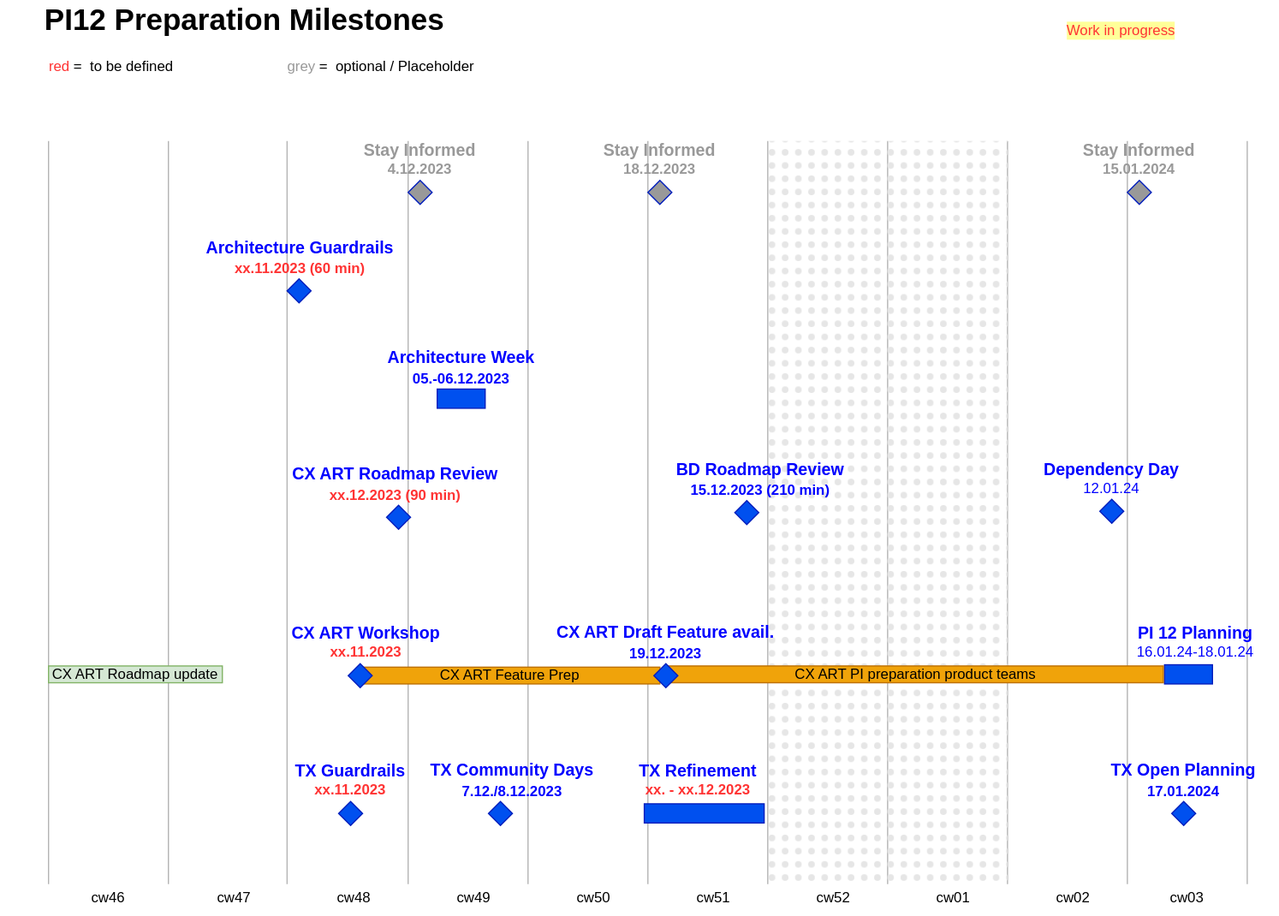
This is PI12-Preparation-Timeline.drawio.svg from mabige/scratchpad, a draw.io export, as it was before one commit. Source tidied: cells renumbered, new cells last; positions are measured from the earlier drawing's top-left corner, leaving out a move shared by most shapes.
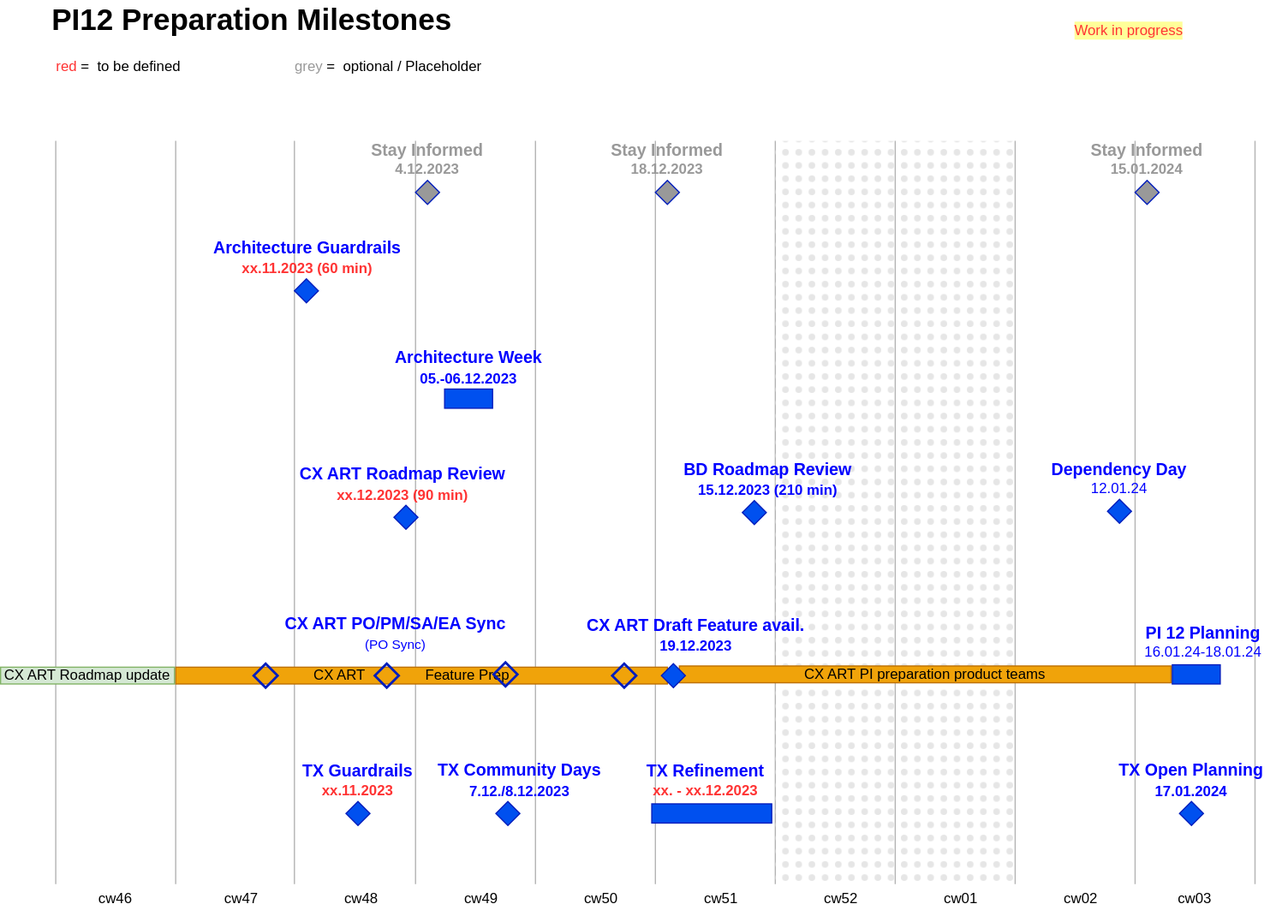
Above is the later version.

Change to the diagram source:
```diff
@@ -179,11 +179,11 @@
     <mxCell id="49" style="rhombus;whiteSpace=wrap;html=1;fillColor=#0050ef;fontColor=#ffffff;strokeColor=#001DBC;" parent="1" vertex="1">
       <mxGeometry x="407" y="668" width="20" height="20" as="geometry" />
     </mxCell>
-    <mxCell id="50" value="&lt;div&gt;&lt;font style=&quot;font-size: 14px;&quot;&gt;CX ART Workshop&lt;/font&gt;&lt;font style=&quot;font-size: 14px;&quot;&gt;&lt;br&gt;&lt;/font&gt;&lt;font color=&quot;#ff3333&quot; style=&quot;font-size: 12px;&quot;&gt;xx.11.2023&lt;font style=&quot;font-size: 12px;&quot;&gt;&lt;br&gt;&lt;/font&gt;&lt;/font&gt;&lt;/div&gt;" style="text;html=1;strokeColor=none;fillColor=none;align=center;verticalAlign=middle;whiteSpace=wrap;rounded=0;fontStyle=1;fontColor=#0000FF;" parent="1" vertex="1">
-      <mxGeometry x="215" y="520" width="180" height="30" as="geometry" />
+    <mxCell id="50" value="&lt;div&gt;&lt;font style=&quot;font-size: 14px;&quot;&gt;CX ART PO/PM/SA/EA Sync&lt;/font&gt;&lt;font style=&quot;font-size: 14px;&quot;&gt;&lt;br&gt;&lt;/font&gt;&lt;font size=&quot;1&quot;&gt;&lt;span style=&quot;font-weight: normal; font-size: 11px;&quot;&gt;(PO Sync)&lt;/span&gt;&lt;/font&gt;&lt;font style=&quot;font-size: 14px;&quot;&gt;&lt;br&gt;&lt;/font&gt;&lt;font color=&quot;#ff3333&quot; style=&quot;font-size: 12px;&quot;&gt;&lt;font style=&quot;font-size: 12px;&quot;&gt;&lt;br&gt;&lt;/font&gt;&lt;/font&gt;&lt;/div&gt;" style="text;html=1;strokeColor=none;fillColor=none;align=center;verticalAlign=middle;whiteSpace=wrap;rounded=0;fontStyle=1;fontColor=#0000FF;" parent="1" vertex="1">
+      <mxGeometry x="221" y="520" width="205" height="30" as="geometry" />
     </mxCell>
     <mxCell id="51" value="&lt;div style=&quot;font-size: 14px;&quot;&gt;CX ART Draft Feature&lt;font style=&quot;font-size: 14px;&quot;&gt; avail.&lt;br&gt;&lt;/font&gt;&lt;font style=&quot;font-size: 12px;&quot;&gt;19.12.2023&lt;font style=&quot;font-size: 12px;&quot;&gt;&lt;br&gt;&lt;/font&gt;&lt;/font&gt;&lt;/div&gt;" style="text;html=1;strokeColor=none;fillColor=none;align=center;verticalAlign=middle;whiteSpace=wrap;rounded=0;fontStyle=1;fontColor=#0000FF;" parent="1" vertex="1">
-      <mxGeometry x="445" y="520" width="220" height="30" as="geometry" />
+      <mxGeometry x="464" y="514" width="220" height="30" as="geometry" />
     </mxCell>
     <mxCell id="52" value="PI12 Preparation Milestones" style="text;html=1;strokeColor=none;fillColor=none;align=left;verticalAlign=middle;whiteSpace=wrap;rounded=0;fontSize=25;fontStyle=1;" parent="1" vertex="1">
       <mxGeometry x="35" width="490" height="30" as="geometry" />
@@ -195,19 +195,16 @@
       <mxGeometry x="537" y="670" width="100" height="16" as="geometry" />
     </mxCell>
     <mxCell id="55" value="CX ART PI preparation product teams" style="rounded=0;whiteSpace=wrap;html=1;fillColor=#f0a30a;fontColor=#000000;strokeColor=#BD7000;" parent="1" vertex="1">
-      <mxGeometry x="557" y="555" width="413" height="14" as="geometry" />
+      <mxGeometry x="560" y="555" width="410" height="14" as="geometry" />
     </mxCell>
-    <mxCell id="56" value="CX ART Feature Prep" style="rounded=0;whiteSpace=wrap;html=1;fillColor=#f0a30a;fontColor=#000000;strokeColor=#BD7000;" parent="1" vertex="1">
-      <mxGeometry x="300" y="556" width="250" height="14" as="geometry" />
+    <mxCell id="56" value="&lt;div align=&quot;left&quot;&gt;&amp;nbsp;&amp;nbsp;&amp;nbsp;&amp;nbsp;&amp;nbsp;&amp;nbsp;&amp;nbsp;&amp;nbsp;&amp;nbsp;&amp;nbsp;&amp;nbsp;&amp;nbsp;&amp;nbsp;&amp;nbsp;&amp;nbsp;&amp;nbsp;&amp;nbsp;&amp;nbsp;&amp;nbsp;&amp;nbsp;&amp;nbsp;&amp;nbsp;&amp;nbsp;&amp;nbsp;&amp;nbsp;&amp;nbsp;&amp;nbsp;&amp;nbsp;&amp;nbsp;&amp;nbsp;&amp;nbsp;&amp;nbsp;&amp;nbsp; CX ART&amp;nbsp; &amp;nbsp; &amp;nbsp; &amp;nbsp; &amp;nbsp; &amp;nbsp;&amp;nbsp;&amp;nbsp;&amp;nbsp; Feature Prep&lt;/div&gt;" style="rounded=0;whiteSpace=wrap;html=1;fillColor=#f0a30a;fontColor=#000000;strokeColor=#BD7000;align=left;" parent="1" vertex="1">
+      <mxGeometry x="140" y="556" width="410" height="14" as="geometry" />
     </mxCell>
-    <mxCell id="57" style="rhombus;whiteSpace=wrap;html=1;fillColor=#0050ef;fontColor=#ffffff;strokeColor=#001DBC;" parent="1" vertex="1">
-      <mxGeometry x="290" y="553" width="20" height="20" as="geometry" />
-    </mxCell>
     <mxCell id="58" style="rhombus;whiteSpace=wrap;html=1;fillColor=#0050ef;fontColor=#ffffff;strokeColor=#001DBC;" parent="1" vertex="1">
       <mxGeometry x="545" y="553" width="20" height="20" as="geometry" />
     </mxCell>
     <mxCell id="59" value="CX ART Roadmap update" style="rounded=0;whiteSpace=wrap;html=1;fillColor=#d5e8d4;strokeColor=#82b366;" parent="1" vertex="1">
-      <mxGeometry x="40" y="555" width="145" height="14" as="geometry" />
+      <mxGeometry x="-6" y="556" width="145" height="14" as="geometry" />
     </mxCell>
     <mxCell id="60" value="&lt;font color=&quot;#999999&quot;&gt;grey&lt;/font&gt; =&amp;nbsp; optional / Placeholder" style="text;html=1;strokeColor=none;fillColor=none;align=center;verticalAlign=middle;whiteSpace=wrap;rounded=0;" parent="1" vertex="1">
       <mxGeometry x="225" y="40" width="185" height="30" as="geometry" />
@@ -218,5 +215,17 @@
     <mxCell id="62" value="Work in progress" style="text;html=1;strokeColor=none;fillColor=none;align=center;verticalAlign=middle;whiteSpace=wrap;rounded=0;fontColor=#FF3333;labelBackgroundColor=#FFFF99;" parent="1" vertex="1">
       <mxGeometry x="860" y="10" width="150" height="30" as="geometry" />
     </mxCell>
+    <mxCell id="63" style="rhombus;whiteSpace=wrap;html=1;fillColor=none;fontColor=#ffffff;strokeColor=#001DBC;strokeWidth=2;" parent="1" vertex="1">
+      <mxGeometry x="306" y="553" width="20" height="20" as="geometry" />
+    </mxCell>
+    <mxCell id="64" style="rhombus;whiteSpace=wrap;html=1;fillColor=none;fontColor=#ffffff;strokeColor=#001DBC;strokeWidth=2;" parent="1" vertex="1">
+      <mxGeometry x="405" y="552" width="20" height="20" as="geometry" />
+    </mxCell>
+    <mxCell id="65" style="rhombus;whiteSpace=wrap;html=1;fillColor=none;fontColor=#ffffff;strokeColor=#001DBC;strokeWidth=2;" parent="1" vertex="1">
+      <mxGeometry x="504" y="553" width="20" height="20" as="geometry" />
+    </mxCell>
+    <mxCell id="66" style="rhombus;whiteSpace=wrap;html=1;fillColor=none;fontColor=#ffffff;strokeColor=#001DBC;strokeWidth=2;" parent="1" vertex="1">
+      <mxGeometry x="205" y="553" width="20" height="20" as="geometry" />
+    </mxCell>
   </root>
 </mxGraphModel>
```
